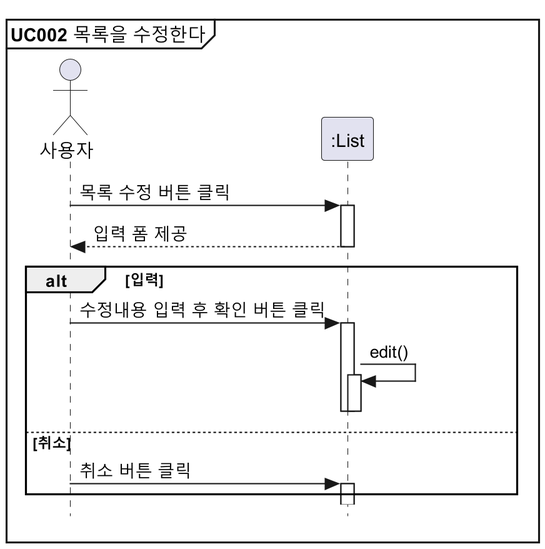
Above: docs/설계명세서/images/seq_diag/uc002.png in parkchamchi/SoftwareEngineering2023 (PlantUML), before the change.
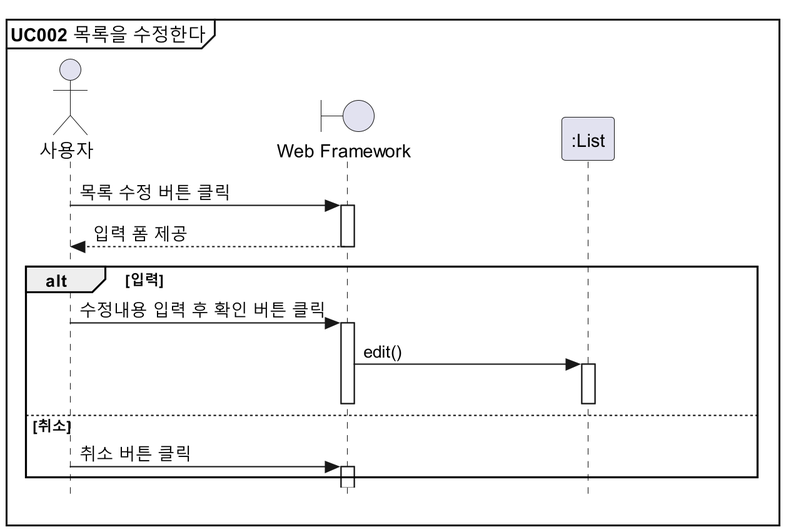
The same file after the commit.

Change to the diagram source:
```diff
@@ -3,19 +3,19 @@
 
 mainframe **UC002** 목록을 수정한다
 
-actor 사용자
+!includesub style.puml!PARTICIPANTS
 participant ":List" as List
 
-사용자 -> List : 목록 수정 버튼 클릭
-List --> 사용자 : 입력 폼 제공
+사용자 -> view : 목록 수정 버튼 클릭
+view --> 사용자 : 입력 폼 제공
 
 alt 입력
-	사용자 -> List : 수정내용 입력 후 확인 버튼 클릭
-	List -> List : edit()
+	사용자 -> view : 수정내용 입력 후 확인 버튼 클릭
+	view -> List : edit()
 	deactivate List
-	deactivate List
+	deactivate view
 else 취소
-	사용자 -> List : 취소 버튼 클릭
+	사용자 -> view : 취소 버튼 클릭
 end
 
 @enduml
```
